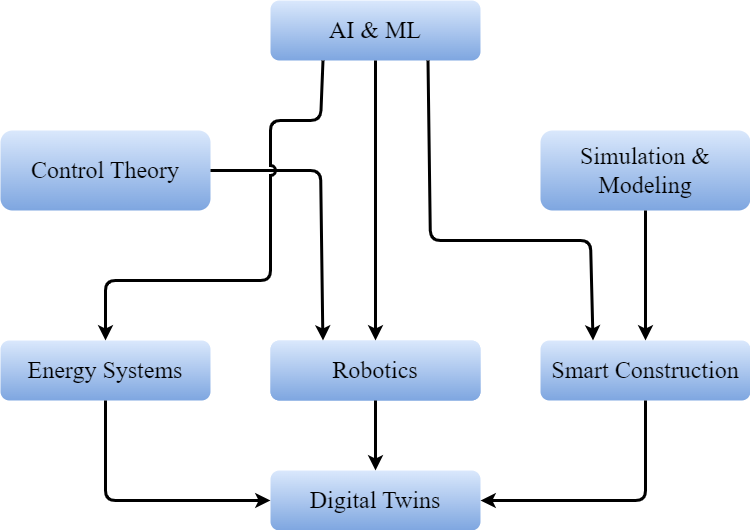
Earlier version of the draw.io export images/Research Intent.png (MubashirWani/mubashirwani). Source tidied: cells renumbered, new cells last; positions are measured from the earlier drawing's top-left corner, leaving out a move shared by most shapes.
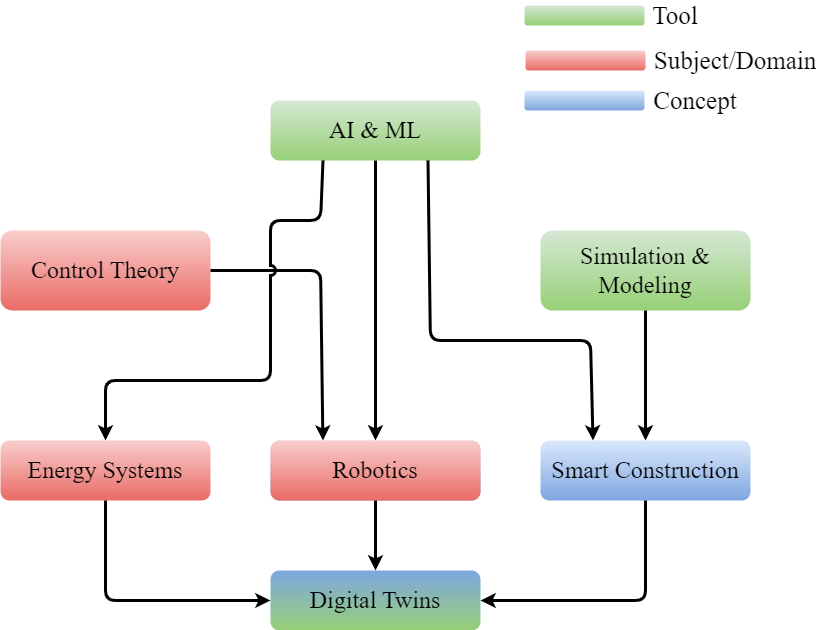
The same file after the commit.

Commit message:
Deploy website to gh-pages

What changed in the source:
```diff
@@ -2,28 +2,28 @@
   <root>
     <mxCell id="0" />
     <mxCell id="1" parent="0" />
-    <mxCell id="2" value="&lt;font face=&quot;Times New Roman&quot; style=&quot;font-size: 24px;&quot;&gt;AI &amp;amp; ML&lt;/font&gt;" style="rounded=1;whiteSpace=wrap;html=1;fillColor=#dae8fc;gradientColor=#7ea6e0;strokeColor=none;" parent="1" vertex="1">
+    <mxCell id="2" value="&lt;font face=&quot;Times New Roman&quot; style=&quot;font-size: 24px;&quot;&gt;AI &amp;amp; ML&lt;/font&gt;" style="rounded=1;whiteSpace=wrap;html=1;fillColor=#d5e8d4;gradientColor=#97d077;strokeColor=none;" parent="1" vertex="1">
       <mxGeometry x="270" width="210" height="60" as="geometry" />
     </mxCell>
-    <mxCell id="3" value="&lt;font face=&quot;Times New Roman&quot; style=&quot;font-size: 24px;&quot;&gt;Control Theory&lt;/font&gt;" style="rounded=1;whiteSpace=wrap;html=1;fillColor=#dae8fc;gradientColor=#7ea6e0;strokeColor=none;" parent="1" vertex="1">
+    <mxCell id="3" value="&lt;font face=&quot;Times New Roman&quot; style=&quot;font-size: 24px;&quot;&gt;Control Theory&lt;/font&gt;" style="rounded=1;whiteSpace=wrap;html=1;fillColor=#f8cecc;gradientColor=#ea6b66;strokeColor=none;" parent="1" vertex="1">
       <mxGeometry y="130" width="210" height="80" as="geometry" />
     </mxCell>
-    <mxCell id="4" value="&lt;font face=&quot;Times New Roman&quot; style=&quot;font-size: 24px;&quot;&gt;Simulation &amp;amp; Modeling&lt;/font&gt;" style="rounded=1;whiteSpace=wrap;html=1;fillColor=#dae8fc;gradientColor=#7ea6e0;strokeColor=none;" parent="1" vertex="1">
+    <mxCell id="4" value="&lt;font face=&quot;Times New Roman&quot; style=&quot;font-size: 24px;&quot;&gt;Simulation &amp;amp; Modeling&lt;/font&gt;" style="rounded=1;whiteSpace=wrap;html=1;fillColor=#d5e8d4;gradientColor=#97d077;strokeColor=none;" parent="1" vertex="1">
       <mxGeometry x="540" y="130" width="210" height="80" as="geometry" />
     </mxCell>
     <mxCell id="5" value="&lt;font face=&quot;Times New Roman&quot; style=&quot;font-size: 24px;&quot;&gt;Robotics&lt;/font&gt;" style="rounded=1;whiteSpace=wrap;html=1;fillColor=#dae8fc;gradientColor=#7ea6e0;strokeColor=none;" parent="1" vertex="1">
       <mxGeometry x="270" y="340" width="210" height="60" as="geometry" />
     </mxCell>
-    <mxCell id="6" value="&lt;font face=&quot;Times New Roman&quot; style=&quot;font-size: 24px;&quot;&gt;Energy Systems&lt;/font&gt;" style="rounded=1;whiteSpace=wrap;html=1;fillColor=#dae8fc;gradientColor=#7ea6e0;strokeColor=none;" parent="1" vertex="1">
+    <mxCell id="6" value="&lt;font face=&quot;Times New Roman&quot; style=&quot;font-size: 24px;&quot;&gt;Energy Systems&lt;/font&gt;" style="rounded=1;whiteSpace=wrap;html=1;fillColor=#f8cecc;gradientColor=#ea6b66;strokeColor=none;" parent="1" vertex="1">
       <mxGeometry y="340" width="210" height="60" as="geometry" />
     </mxCell>
-    <mxCell id="7" value="&lt;font face=&quot;Times New Roman&quot; style=&quot;font-size: 24px;&quot;&gt;Robotics&lt;/font&gt;" style="rounded=1;whiteSpace=wrap;html=1;fillColor=#dae8fc;gradientColor=#7ea6e0;strokeColor=none;" parent="1" vertex="1">
+    <mxCell id="7" value="&lt;font face=&quot;Times New Roman&quot; style=&quot;font-size: 24px;&quot;&gt;Robotics&lt;/font&gt;" style="rounded=1;whiteSpace=wrap;html=1;fillColor=#f8cecc;gradientColor=#ea6b66;strokeColor=none;" parent="1" vertex="1">
       <mxGeometry x="270" y="340" width="210" height="60" as="geometry" />
     </mxCell>
     <mxCell id="8" value="&lt;font face=&quot;Times New Roman&quot; style=&quot;font-size: 24px;&quot;&gt;Smart Construction&lt;/font&gt;" style="rounded=1;whiteSpace=wrap;html=1;fillColor=#dae8fc;gradientColor=#7ea6e0;strokeColor=none;" parent="1" vertex="1">
       <mxGeometry x="540" y="340" width="210" height="60" as="geometry" />
     </mxCell>
-    <mxCell id="9" value="&lt;font face=&quot;Times New Roman&quot; style=&quot;font-size: 24px;&quot;&gt;Digital Twins&lt;/font&gt;" style="rounded=1;whiteSpace=wrap;html=1;fillColor=#dae8fc;gradientColor=#7ea6e0;strokeColor=none;" parent="1" vertex="1">
+    <mxCell id="9" value="&lt;font face=&quot;Times New Roman&quot; style=&quot;font-size: 24px;&quot;&gt;Digital Twins&lt;/font&gt;" style="rounded=1;whiteSpace=wrap;html=1;fillColor=#97D077;gradientColor=#7ea6e0;strokeColor=none;gradientDirection=north;" parent="1" vertex="1">
       <mxGeometry x="270" y="470" width="210" height="60" as="geometry" />
     </mxCell>
     <mxCell id="10" style="endArrow=classic;html=1;rounded=0;exitX=0.5;exitY=1;exitDx=0;exitDy=0;entryX=0.5;entryY=0;entryDx=0;entryDy=0;strokeWidth=3;" parent="1" edge="1" source="2" target="7">
@@ -74,5 +74,23 @@
         </Array>
       </mxGeometry>
     </mxCell>
+    <mxCell id="18" style="rounded=1;whiteSpace=wrap;html=1;fillColor=#d5e8d4;gradientColor=#97d077;strokeColor=none;" parent="1" vertex="1">
+      <mxGeometry x="524" y="-95" width="120" height="20" as="geometry" />
+    </mxCell>
+    <mxCell id="19" value="&lt;font style=&quot;font-size: 25px;&quot;&gt;Tool&lt;/font&gt;" style="text;html=1;align=center;verticalAlign=middle;whiteSpace=wrap;rounded=0;fontFamily=Times New Roman;" parent="1" vertex="1">
+      <mxGeometry x="645" y="-100" width="60" height="30" as="geometry" />
+    </mxCell>
+    <mxCell id="20" style="rounded=1;whiteSpace=wrap;html=1;fillColor=#f8cecc;gradientColor=#ea6b66;strokeColor=none;" parent="1" vertex="1">
+      <mxGeometry x="525" y="-50" width="120" height="20" as="geometry" />
+    </mxCell>
+    <mxCell id="21" value="&lt;font style=&quot;font-size: 25px;&quot;&gt;Subject/Domain&lt;/font&gt;" style="text;html=1;align=center;verticalAlign=middle;whiteSpace=wrap;rounded=0;fontFamily=Times New Roman;" parent="1" vertex="1">
+      <mxGeometry x="705" y="-55" width="60" height="30" as="geometry" />
+    </mxCell>
+    <mxCell id="22" style="rounded=1;whiteSpace=wrap;html=1;fillColor=#dae8fc;gradientColor=#7ea6e0;strokeColor=none;" parent="1" vertex="1">
+      <mxGeometry x="524" y="-10" width="120" height="20" as="geometry" />
+    </mxCell>
+    <mxCell id="23" value="&lt;font style=&quot;font-size: 25px;&quot;&gt;Concept&lt;/font&gt;" style="text;html=1;align=center;verticalAlign=middle;whiteSpace=wrap;rounded=0;fontFamily=Times New Roman;" parent="1" vertex="1">
+      <mxGeometry x="665" y="-15" width="60" height="30" as="geometry" />
+    </mxCell>
   </root>
 </mxGraphModel>
```
